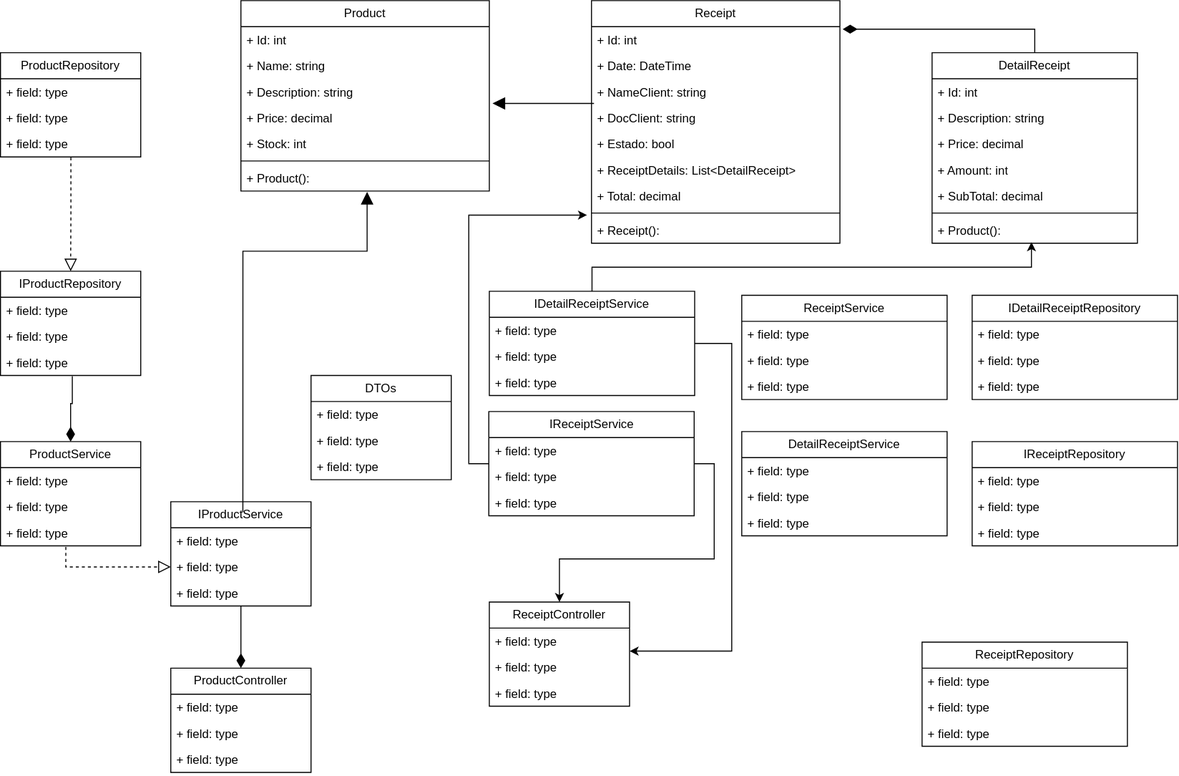
Earlier version of the draw.io export apistore.svg (AlejoR147/ApiStore). Source tidied: cells renumbered, new cells last; positions are measured from the earlier drawing's top-left corner, leaving out a move shared by most shapes.
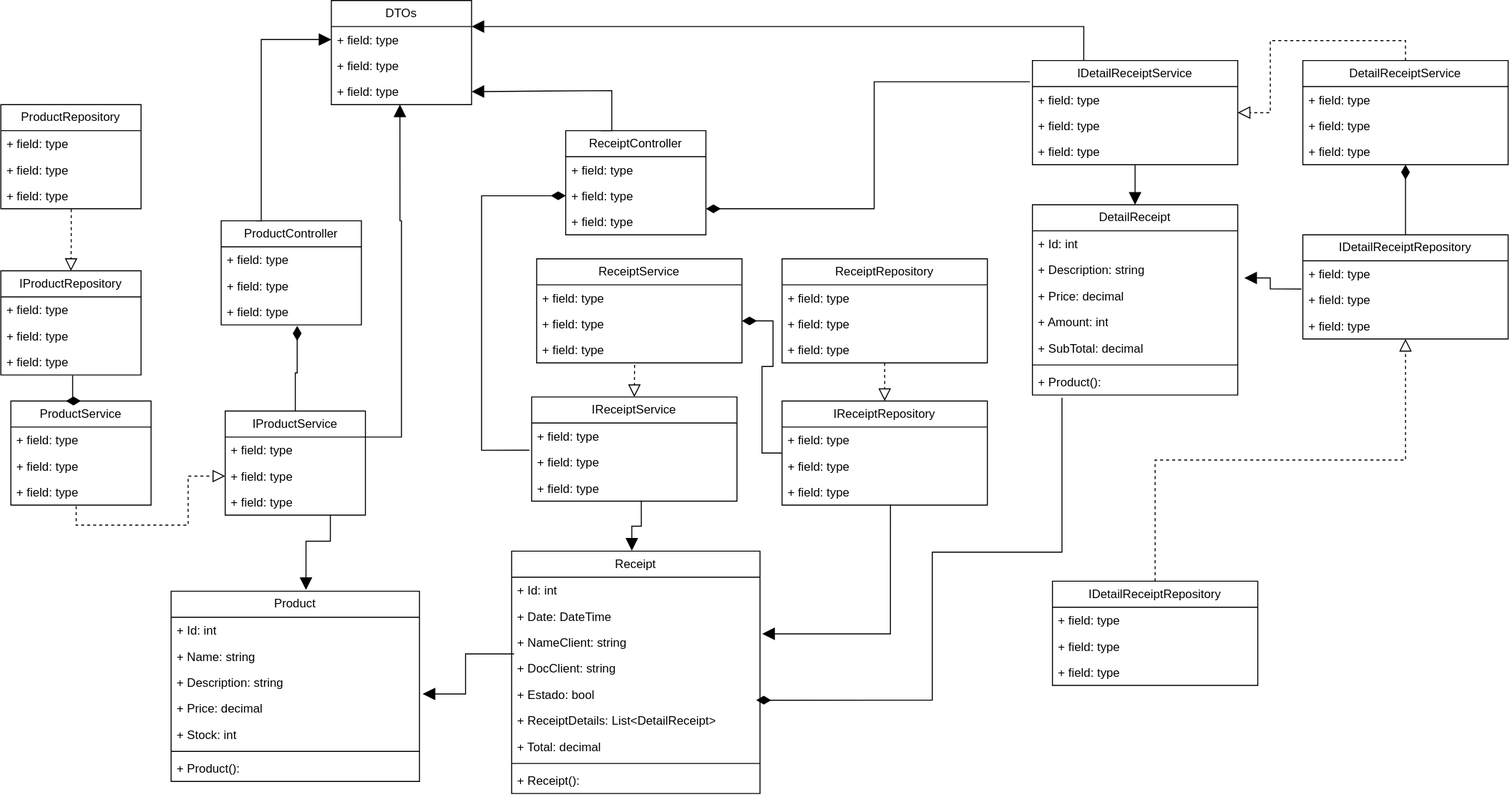
After the change.

Change to the diagram source:
```diff
@@ -4,7 +4,7 @@
     <mxCell id="1" parent="0" />
-    <mxCell id="2" style="edgeStyle=orthogonalEdgeStyle;rounded=0;jettySize=auto;html=1;exitX=0.5;exitY=0;exitDx=0;exitDy=0;entryX=0.5;entryY=1;entryDx=0;entryDy=0;defaultLabelBackgroundColor=page;startArrow=diamondThin;startFill=1;endArrow=none;endFill=0;startSize=12;" parent="1" edge="1" source="3" target="15">
-      <mxGeometry relative="1" as="geometry" />
+    <mxCell id="2" style="edgeStyle=orthogonalEdgeStyle;rounded=0;jettySize=auto;html=1;exitX=0.542;exitY=1.036;exitDx=0;exitDy=0;entryX=0.5;entryY=0;entryDx=0;entryDy=0;defaultLabelBackgroundColor=page;startArrow=diamondThin;startFill=1;endArrow=none;endFill=0;startSize=12;exitPerimeter=0;" parent="1" edge="1" source="6" target="15">
+      <mxGeometry x="0.76" relative="1" as="geometry" />
     </mxCell>
     <mxCell id="3" value="ProductController" style="swimlane;fontStyle=0;horizontal=1;startSize=26;fillColor=none;whiteSpace=wrap;html=1;" parent="1" vertex="1">
-      <mxGeometry x="170" y="666" width="140" height="104" as="geometry" />
+      <mxGeometry x="260" y="220" width="140" height="104" as="geometry" />
     </mxCell>
@@ -20,3 +20,3 @@
     <mxCell id="7" value="ProductService" style="swimlane;fontStyle=0;horizontal=1;startSize=26;fillColor=none;whiteSpace=wrap;html=1;" parent="1" vertex="1">
-      <mxGeometry y="440" width="140" height="104" as="geometry" />
+      <mxGeometry x="50" y="400" width="140" height="104" as="geometry" />
     </mxCell>
@@ -32,3 +32,3 @@
     <mxCell id="11" value="ProductRepository" style="swimlane;fontStyle=0;horizontal=1;startSize=26;fillColor=none;whiteSpace=wrap;html=1;" parent="1" vertex="1">
-      <mxGeometry y="52" width="140" height="104" as="geometry" />
+      <mxGeometry x="40" y="104" width="140" height="104" as="geometry" />
     </mxCell>
@@ -44,3 +44,3 @@
     <mxCell id="15" value="IProductService" style="swimlane;fontStyle=0;horizontal=1;startSize=26;fillColor=none;whiteSpace=wrap;html=1;" parent="1" vertex="1">
-      <mxGeometry x="170" y="500" width="140" height="104" as="geometry" />
+      <mxGeometry x="264" y="410" width="140" height="104" as="geometry" />
     </mxCell>
@@ -56,3 +56,3 @@
     <mxCell id="19" value="IProductRepository" style="swimlane;fontStyle=0;horizontal=1;startSize=26;fillColor=none;whiteSpace=wrap;html=1;" parent="1" vertex="1">
-      <mxGeometry y="270" width="140" height="104" as="geometry" />
+      <mxGeometry x="40" y="270" width="140" height="104" as="geometry" />
     </mxCell>
@@ -68,3 +68,3 @@
     <mxCell id="23" value="IDetailReceiptRepository" style="swimlane;fontStyle=0;horizontal=1;startSize=26;fillColor=none;whiteSpace=wrap;html=1;" parent="1" vertex="1">
-      <mxGeometry x="970" y="294" width="205" height="104" as="geometry" />
+      <mxGeometry x="1090" y="580" width="205" height="104" as="geometry" />
     </mxCell>
@@ -79,12 +79,4 @@
     </mxCell>
-    <mxCell id="27" style="edgeStyle=orthogonalEdgeStyle;rounded=0;jettySize=auto;html=1;exitX=1;exitY=0.5;exitDx=0;exitDy=0;defaultLabelBackgroundColor=page;" parent="1" edge="1" source="28" target="73">
-      <mxGeometry relative="1" as="geometry">
-        <Array as="points">
-          <mxPoint x="730" y="342" />
-          <mxPoint x="730" y="649" />
-        </Array>
-      </mxGeometry>
-    </mxCell>
     <mxCell id="28" value="IDetailReceiptService" style="swimlane;fontStyle=0;horizontal=1;startSize=26;fillColor=none;whiteSpace=wrap;html=1;" parent="1" vertex="1">
-      <mxGeometry x="488" y="290" width="205" height="104" as="geometry" />
+      <mxGeometry x="1070" y="60" width="205" height="104" as="geometry" />
     </mxCell>
@@ -100,3 +92,3 @@
     <mxCell id="32" value="DetailReceipt" style="swimlane;fontStyle=0;horizontal=1;startSize=26;fillColor=none;whiteSpace=wrap;html=1;" parent="1" vertex="1">
-      <mxGeometry x="930" y="52" width="205" height="190" as="geometry" />
+      <mxGeometry x="1070" y="204" width="205" height="190" as="geometry" />
     </mxCell>
@@ -124,3 +116,3 @@
     <mxCell id="40" value="Receipt" style="swimlane;fontStyle=0;horizontal=1;startSize=26;fillColor=none;whiteSpace=wrap;html=1;" parent="1" vertex="1">
-      <mxGeometry x="590" width="248" height="242" as="geometry" />
+      <mxGeometry x="550" y="550" width="248" height="242" as="geometry" />
     </mxCell>
@@ -154,3 +146,3 @@
     <mxCell id="50" value="ReceiptService" style="swimlane;fontStyle=0;horizontal=1;startSize=26;fillColor=none;whiteSpace=wrap;html=1;" parent="1" vertex="1">
-      <mxGeometry x="740" y="294" width="205" height="104" as="geometry" />
+      <mxGeometry x="575" y="258" width="205" height="104" as="geometry" />
     </mxCell>
@@ -162,2 +154,7 @@
     </mxCell>
+    <mxCell id="95" style="edgeStyle=orthogonalEdgeStyle;rounded=0;jettySize=auto;html=1;entryX=0;entryY=0.5;entryDx=0;entryDy=0;defaultLabelBackgroundColor=page;startArrow=diamondThin;startFill=1;endArrow=none;endFill=0;startSize=12;" parent="50" edge="1" target="89">
+      <mxGeometry x="-0.8" relative="1" as="geometry">
+        <mxPoint x="205" y="62" as="sourcePoint" />
+      </mxGeometry>
+    </mxCell>
     <mxCell id="53" value="+ field: type" style="text;strokeColor=none;fillColor=none;align=left;verticalAlign=top;spacingLeft=4;spacingRight=4;overflow=hidden;points=[[0,0.5],[1,0.5]];portConstraint=eastwest;whiteSpace=wrap;html=1;" parent="50" vertex="1">
@@ -166,3 +163,3 @@
     <mxCell id="54" value="ReceiptRepository" style="swimlane;fontStyle=0;horizontal=1;startSize=26;fillColor=none;whiteSpace=wrap;html=1;" parent="1" vertex="1">
-      <mxGeometry x="920" y="640" width="205" height="104" as="geometry" />
+      <mxGeometry x="820" y="258" width="205" height="104" as="geometry" />
     </mxCell>
@@ -184,3 +181,3 @@
     <mxCell id="60" value="Product" style="swimlane;fontStyle=0;horizontal=1;startSize=26;fillColor=none;whiteSpace=wrap;html=1;" parent="1" vertex="1">
-      <mxGeometry x="240" width="248" height="190" as="geometry" />
+      <mxGeometry x="210" y="590" width="248" height="190" as="geometry" />
     </mxCell>
@@ -210,7 +207,7 @@
     </mxCell>
-    <mxCell id="69" style="edgeStyle=orthogonalEdgeStyle;rounded=0;jettySize=auto;html=1;exitX=0.514;exitY=0.096;exitDx=0;exitDy=0;entryX=0.508;entryY=1.031;entryDx=0;entryDy=0;entryPerimeter=0;defaultLabelBackgroundColor=page;endArrow=block;endFill=1;strokeWidth=1;endSize=10;exitPerimeter=0;" parent="1" edge="1" source="15" target="67">
-      <mxGeometry x="0.18" relative="1" as="geometry">
+    <mxCell id="69" style="edgeStyle=orthogonalEdgeStyle;rounded=0;jettySize=auto;html=1;entryX=0.543;entryY=-0.007;entryDx=0;entryDy=0;entryPerimeter=0;defaultLabelBackgroundColor=page;endArrow=block;endFill=1;strokeWidth=1;endSize=10;exitX=0.75;exitY=1;exitDx=0;exitDy=0;" parent="1" edge="1" source="15" target="60">
+      <mxGeometry x="0.37" relative="1" as="geometry">
         <Array as="points">
-          <mxPoint x="242" y="250" />
-          <mxPoint x="366" y="250" />
+          <mxPoint x="369" y="540" />
+          <mxPoint x="344.7" y="540" />
         </Array>
@@ -221,7 +218,13 @@
     </mxCell>
-    <mxCell id="71" style="edgeStyle=orthogonalEdgeStyle;rounded=0;jettySize=auto;html=1;exitX=1.011;exitY=0.097;exitDx=0;exitDy=0;entryX=0.5;entryY=0;entryDx=0;entryDy=0;defaultLabelBackgroundColor=page;startArrow=diamondThin;startFill=1;endArrow=none;endFill=0;startSize=12;exitPerimeter=0;" parent="1" edge="1" source="41" target="32">
-      <mxGeometry relative="1" as="geometry" />
+    <mxCell id="71" style="edgeStyle=orthogonalEdgeStyle;rounded=0;jettySize=auto;html=1;exitX=0.985;exitY=-0.276;exitDx=0;exitDy=0;defaultLabelBackgroundColor=page;startArrow=diamondThin;startFill=1;endArrow=none;endFill=0;startSize=12;exitPerimeter=0;entryX=0.144;entryY=1.104;entryDx=0;entryDy=0;entryPerimeter=0;" parent="1" edge="1" source="46" target="39">
+      <mxGeometry x="0.13" relative="1" as="geometry">
+        <Array as="points">
+          <mxPoint x="970" y="698.8" />
+          <mxPoint x="970" y="551" />
+          <mxPoint x="1099.5" y="551" />
+        </Array>
+      </mxGeometry>
     </mxCell>
     <mxCell id="72" value="ReceiptController" style="swimlane;fontStyle=0;horizontal=1;startSize=26;fillColor=none;whiteSpace=wrap;html=1;" parent="1" vertex="1">
-      <mxGeometry x="488" y="600" width="140" height="104" as="geometry" />
+      <mxGeometry x="604" y="130" width="140" height="104" as="geometry" />
     </mxCell>
@@ -237,3 +240,3 @@
     <mxCell id="76" value="DTOs" style="swimlane;fontStyle=0;horizontal=1;startSize=26;fillColor=none;whiteSpace=wrap;html=1;" parent="1" vertex="1">
-      <mxGeometry x="310" y="374" width="140" height="104" as="geometry" />
+      <mxGeometry x="370" width="140" height="104" as="geometry" />
     </mxCell>
@@ -248,7 +251,4 @@
     </mxCell>
-    <mxCell id="80" style="edgeStyle=orthogonalEdgeStyle;rounded=0;jettySize=auto;html=1;exitX=1;exitY=0.5;exitDx=0;exitDy=0;entryX=0.5;entryY=0;entryDx=0;entryDy=0;defaultLabelBackgroundColor=page;" parent="1" edge="1" source="81" target="72">
-      <mxGeometry relative="1" as="geometry" />
-    </mxCell>
     <mxCell id="81" value="IReceiptService" style="swimlane;fontStyle=0;horizontal=1;startSize=26;fillColor=none;whiteSpace=wrap;html=1;" parent="1" vertex="1">
-      <mxGeometry x="487.5" y="410" width="205" height="104" as="geometry" />
+      <mxGeometry x="570" y="396" width="205" height="104" as="geometry" />
     </mxCell>
@@ -264,3 +264,3 @@
     <mxCell id="85" value="DetailReceiptService" style="swimlane;fontStyle=0;horizontal=1;startSize=26;fillColor=none;whiteSpace=wrap;html=1;" parent="1" vertex="1">
-      <mxGeometry x="740" y="430" width="205" height="104" as="geometry" />
+      <mxGeometry x="1340" y="60" width="205" height="104" as="geometry" />
     </mxCell>
@@ -276,3 +276,3 @@
     <mxCell id="89" value="IReceiptRepository" style="swimlane;fontStyle=0;horizontal=1;startSize=26;fillColor=none;whiteSpace=wrap;html=1;" parent="1" vertex="1">
-      <mxGeometry x="970" y="440" width="205" height="104" as="geometry" />
+      <mxGeometry x="820" y="400" width="205" height="104" as="geometry" />
     </mxCell>
@@ -287,8 +287,80 @@
     </mxCell>
-    <mxCell id="93" style="edgeStyle=orthogonalEdgeStyle;rounded=0;jettySize=auto;html=1;exitX=0.5;exitY=0;exitDx=0;exitDy=0;entryX=0.484;entryY=0.962;entryDx=0;entryDy=0;entryPerimeter=0;defaultLabelBackgroundColor=page;" parent="1" edge="1" source="28" target="39">
-      <mxGeometry relative="1" as="geometry" />
-    </mxCell>
-    <mxCell id="94" style="edgeStyle=orthogonalEdgeStyle;rounded=0;jettySize=auto;html=1;exitX=0;exitY=0.5;exitDx=0;exitDy=0;entryX=-0.018;entryY=-0.078;entryDx=0;entryDy=0;entryPerimeter=0;defaultLabelBackgroundColor=page;" parent="1" edge="1" source="81" target="49">
-      <mxGeometry relative="1" as="geometry" />
-    </mxCell>
+    <mxCell id="96" style="edgeStyle=orthogonalEdgeStyle;rounded=0;jettySize=auto;html=1;entryX=0.484;entryY=-0.002;entryDx=0;entryDy=0;defaultLabelBackgroundColor=page;endArrow=block;endFill=1;strokeWidth=1;endSize=10;entryPerimeter=0;exitX=0.534;exitY=0.98;exitDx=0;exitDy=0;exitPerimeter=0;" parent="1" edge="1" source="84" target="40">
+      <mxGeometry x="-0.27" relative="1" as="geometry" />
+    </mxCell>
+    <mxCell id="97" style="edgeStyle=orthogonalEdgeStyle;rounded=0;jettySize=auto;html=1;exitX=0.477;exitY=1.077;exitDx=0;exitDy=0;defaultLabelBackgroundColor=page;endArrow=block;endFill=0;dashed=1;startSize=10;endSize=10;exitPerimeter=0;entryX=0.5;entryY=0;entryDx=0;entryDy=0;" parent="1" edge="1" source="53" target="81">
+      <mxGeometry relative="1" as="geometry" />
+    </mxCell>
+    <mxCell id="98" style="edgeStyle=orthogonalEdgeStyle;rounded=0;jettySize=auto;html=1;entryX=1.009;entryY=0.175;entryDx=0;entryDy=0;defaultLabelBackgroundColor=page;endArrow=block;endFill=1;strokeWidth=1;endSize=10;entryPerimeter=0;exitX=0.528;exitY=0.977;exitDx=0;exitDy=0;exitPerimeter=0;" parent="1" edge="1" source="92" target="43">
+      <mxGeometry x="-0.28" relative="1" as="geometry" />
+    </mxCell>
+    <mxCell id="99" style="edgeStyle=orthogonalEdgeStyle;rounded=0;jettySize=auto;html=1;exitX=0.5;exitY=1;exitDx=0;exitDy=0;defaultLabelBackgroundColor=page;endArrow=block;endFill=0;dashed=1;startSize=10;endSize=10;entryX=0.5;entryY=0;entryDx=0;entryDy=0;" parent="1" edge="1" source="54" target="89">
+      <mxGeometry relative="1" as="geometry" />
+    </mxCell>
+    <mxCell id="100" value="IDetailReceiptRepository" style="swimlane;fontStyle=0;horizontal=1;startSize=26;fillColor=none;whiteSpace=wrap;html=1;" parent="1" vertex="1">
+      <mxGeometry x="1340" y="234" width="205" height="104" as="geometry" />
+    </mxCell>
+    <mxCell id="101" value="+ field: type" style="text;strokeColor=none;fillColor=none;align=left;verticalAlign=top;spacingLeft=4;spacingRight=4;overflow=hidden;whiteSpace=wrap;html=1;" parent="100" vertex="1">
+      <mxGeometry y="26" width="205" height="26" as="geometry" />
+    </mxCell>
+    <mxCell id="102" value="+ field: type" style="text;strokeColor=none;fillColor=none;align=left;verticalAlign=top;spacingLeft=4;spacingRight=4;overflow=hidden;points=[[0,0.5],[1,0.5]];portConstraint=eastwest;whiteSpace=wrap;html=1;" parent="100" vertex="1">
+      <mxGeometry y="52" width="205" height="26" as="geometry" />
+    </mxCell>
+    <mxCell id="103" value="+ field: type" style="text;strokeColor=none;fillColor=none;align=left;verticalAlign=top;spacingLeft=4;spacingRight=4;overflow=hidden;whiteSpace=wrap;html=1;" parent="100" vertex="1">
+      <mxGeometry y="78" width="205" height="26" as="geometry" />
+    </mxCell>
+    <mxCell id="104" style="edgeStyle=orthogonalEdgeStyle;rounded=0;jettySize=auto;html=1;exitX=0.5;exitY=0;exitDx=0;exitDy=0;defaultLabelBackgroundColor=page;endArrow=block;endFill=0;dashed=1;startSize=10;endSize=10;entryX=0.5;entryY=1;entryDx=0;entryDy=0;" parent="1" edge="1" source="23" target="100">
+      <mxGeometry x="0.92" relative="1" as="geometry" />
+    </mxCell>
+    <mxCell id="105" style="edgeStyle=orthogonalEdgeStyle;rounded=0;jettySize=auto;html=1;entryX=1.032;entryY=-0.187;entryDx=0;entryDy=0;defaultLabelBackgroundColor=page;endArrow=block;endFill=1;strokeWidth=1;endSize=10;entryPerimeter=0;exitX=-0.007;exitY=0.082;exitDx=0;exitDy=0;exitPerimeter=0;" parent="1" edge="1" source="102" target="35">
+      <mxGeometry x="-0.28" relative="1" as="geometry" />
+    </mxCell>
+    <mxCell id="106" style="edgeStyle=orthogonalEdgeStyle;rounded=0;jettySize=auto;html=1;exitX=0.5;exitY=0;exitDx=0;exitDy=0;defaultLabelBackgroundColor=page;endArrow=block;endFill=0;dashed=1;startSize=10;endSize=10;entryX=1;entryY=0.5;entryDx=0;entryDy=0;" parent="1" edge="1" source="85" target="28">
+      <mxGeometry x="0.97" relative="1" as="geometry" />
+    </mxCell>
+    <mxCell id="107" style="edgeStyle=orthogonalEdgeStyle;rounded=0;jettySize=auto;html=1;entryX=0.5;entryY=0;entryDx=0;entryDy=0;defaultLabelBackgroundColor=page;startArrow=diamondThin;startFill=1;endArrow=none;endFill=0;startSize=12;exitX=0.5;exitY=1;exitDx=0;exitDy=0;" parent="1" edge="1" source="85" target="100">
+      <mxGeometry x="-0.53" relative="1" as="geometry" />
+    </mxCell>
+    <mxCell id="108" style="edgeStyle=orthogonalEdgeStyle;rounded=0;jettySize=auto;html=1;entryX=0.5;entryY=0;entryDx=0;entryDy=0;defaultLabelBackgroundColor=page;endArrow=block;endFill=1;strokeWidth=1;endSize=10;exitX=0.5;exitY=1;exitDx=0;exitDy=0;" parent="1" edge="1" source="28" target="32">
+      <mxGeometry x="-0.27" relative="1" as="geometry" />
+    </mxCell>
+    <mxCell id="109" style="edgeStyle=orthogonalEdgeStyle;rounded=0;jettySize=auto;html=1;exitX=0;exitY=0.5;exitDx=0;exitDy=0;entryX=-0.011;entryY=0.045;entryDx=0;entryDy=0;defaultLabelBackgroundColor=page;startArrow=diamondThin;startFill=1;endArrow=none;endFill=0;startSize=12;entryPerimeter=0;" parent="1" edge="1" source="74" target="83">
+      <mxGeometry x="-0.62" relative="1" as="geometry">
+        <Array as="points">
+          <mxPoint x="520" y="195" />
+          <mxPoint x="520" y="449.2" />
+        </Array>
+      </mxGeometry>
+    </mxCell>
+    <mxCell id="110" style="edgeStyle=orthogonalEdgeStyle;rounded=0;jettySize=auto;html=1;exitX=1;exitY=0.75;exitDx=0;exitDy=0;entryX=-0.012;entryY=-0.183;entryDx=0;entryDy=0;defaultLabelBackgroundColor=page;startArrow=diamondThin;startFill=1;endArrow=none;endFill=0;startSize=12;entryPerimeter=0;" parent="1" edge="1" source="72" target="29">
+      <mxGeometry x="-0.84" relative="1" as="geometry" />
+    </mxCell>
+    <mxCell id="111" style="edgeStyle=orthogonalEdgeStyle;rounded=0;jettySize=auto;html=1;entryX=0;entryY=0.5;entryDx=0;entryDy=0;defaultLabelBackgroundColor=page;endArrow=block;endFill=1;strokeWidth=1;endSize=10;exitX=0.25;exitY=0;exitDx=0;exitDy=0;" parent="1" edge="1" source="3" target="77">
+      <mxGeometry x="0.71" relative="1" as="geometry">
+        <Array as="points">
+          <mxPoint x="300" y="220" />
+          <mxPoint x="300" y="39" />
+        </Array>
+      </mxGeometry>
+    </mxCell>
+    <mxCell id="112" style="edgeStyle=orthogonalEdgeStyle;rounded=0;jettySize=auto;html=1;entryX=0.489;entryY=0.995;entryDx=0;entryDy=0;defaultLabelBackgroundColor=page;endArrow=block;endFill=1;strokeWidth=1;endSize=10;exitX=1;exitY=0.25;exitDx=0;exitDy=0;entryPerimeter=0;" parent="1" edge="1" source="15" target="79">
+      <mxGeometry x="0.27" relative="1" as="geometry">
+        <Array as="points">
+          <mxPoint x="440" y="436" />
+          <mxPoint x="440" y="220" />
+          <mxPoint x="438.5" y="220" />
+        </Array>
+      </mxGeometry>
+    </mxCell>
+    <mxCell id="113" style="edgeStyle=orthogonalEdgeStyle;rounded=0;jettySize=auto;html=1;entryX=1;entryY=0.25;entryDx=0;entryDy=0;defaultLabelBackgroundColor=page;endArrow=block;endFill=1;strokeWidth=1;endSize=10;exitX=0.25;exitY=0;exitDx=0;exitDy=0;" parent="1" edge="1" source="28" target="76">
+      <mxGeometry x="0.09" relative="1" as="geometry" />
+    </mxCell>
+    <mxCell id="114" style="edgeStyle=orthogonalEdgeStyle;rounded=0;jettySize=auto;html=1;entryX=1;entryY=0.5;entryDx=0;entryDy=0;defaultLabelBackgroundColor=page;endArrow=block;endFill=1;strokeWidth=1;endSize=10;exitX=0.25;exitY=0;exitDx=0;exitDy=0;" parent="1" edge="1" source="72" target="79">
+      <mxGeometry x="0.42" relative="1" as="geometry">
+        <Array as="points">
+          <mxPoint x="650" y="130" />
+          <mxPoint x="650" y="90" />
+        </Array>
+      </mxGeometry>
+    </mxCell>
   </root>
```
